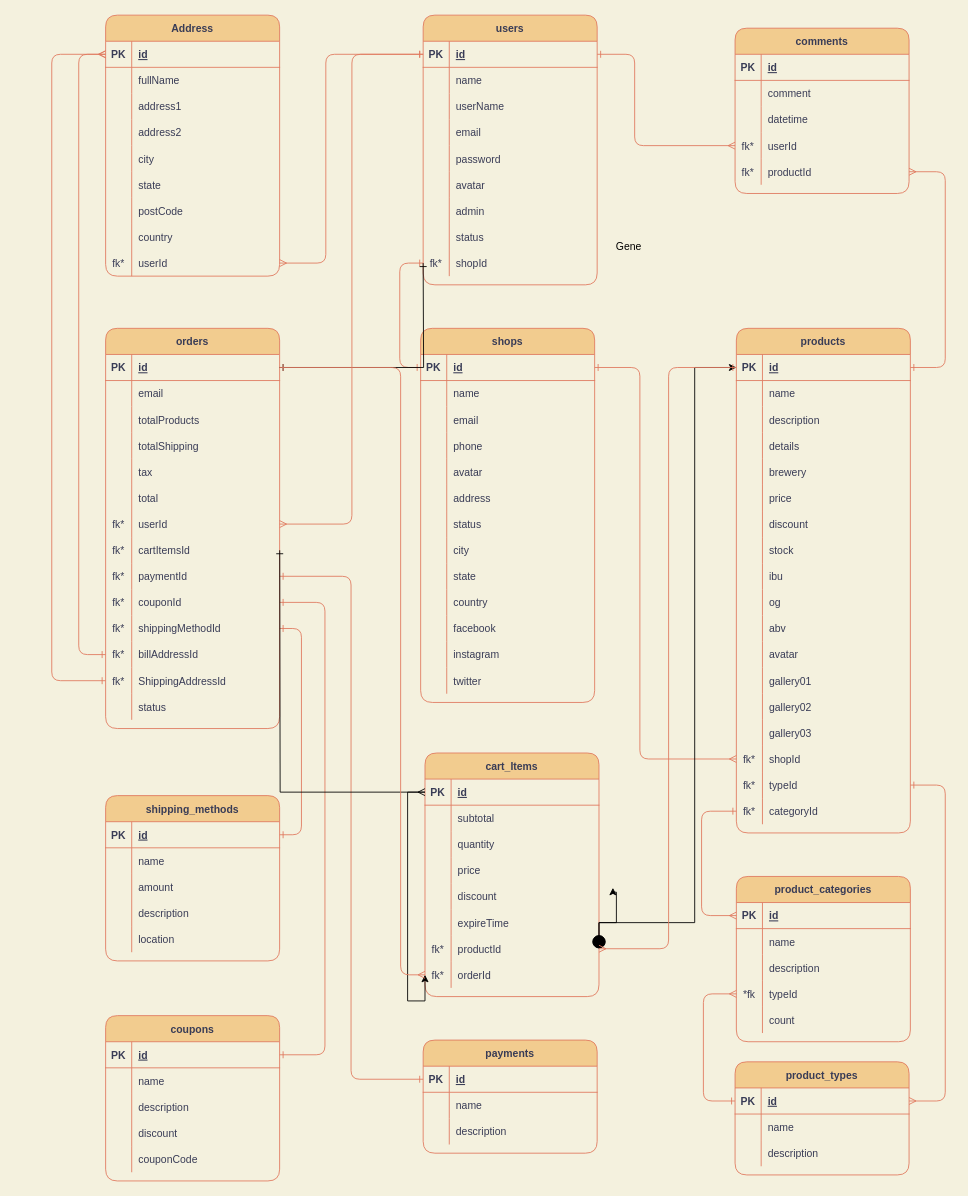
0920CDFSNCN27ARED/grupo-12 keeps this draw.io diagram as page "Page-1" (1 of 2) of database/model.drawio. Above is the earlier version. Source tidied: cells renumbered, new cells numbered last; positions are measured from the earlier drawing's top-left corner, leaving out a move shared by most shapes. Both pictures are drawn from the tidied source at 87%, with x=0, y=0 at pixel (51, 15).
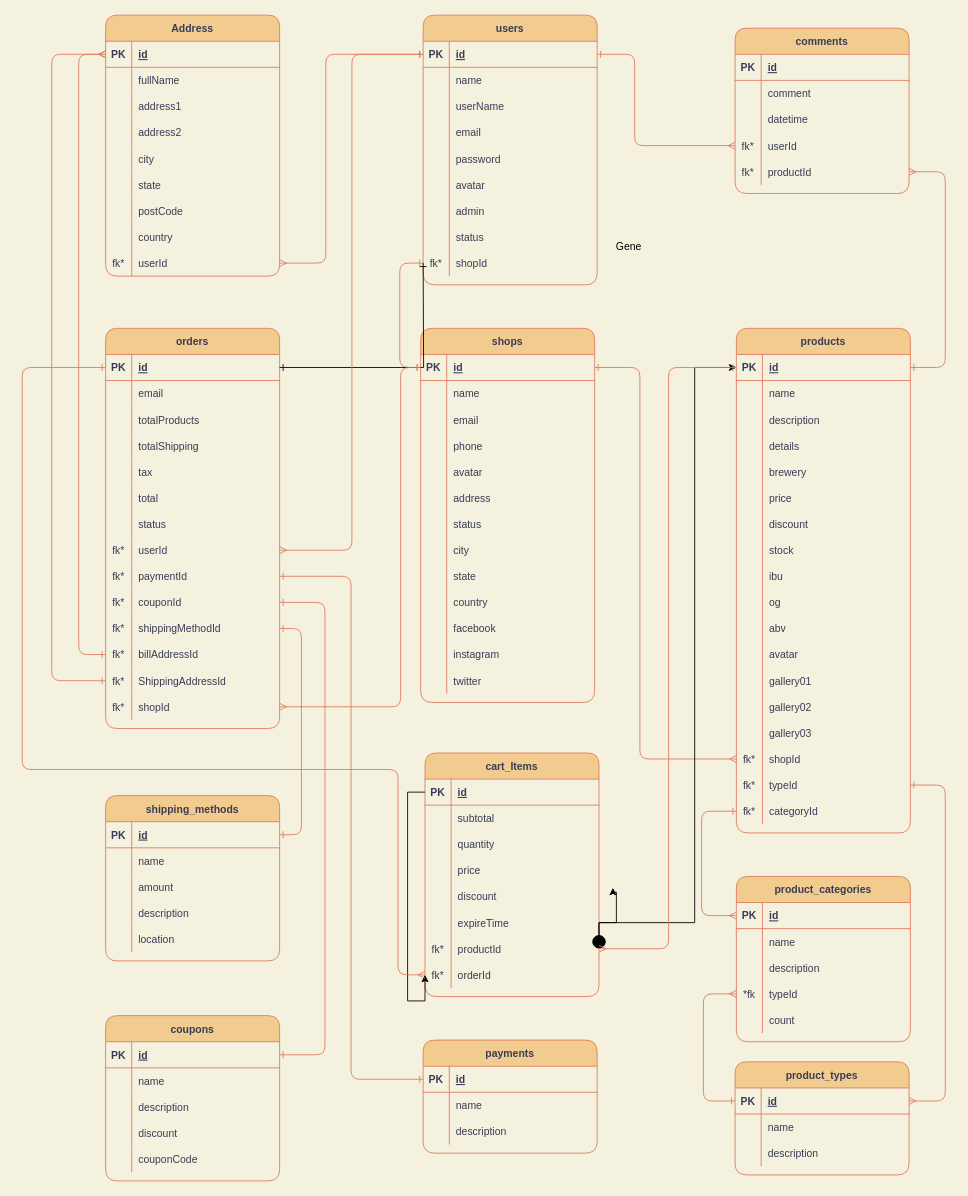
Above is the later version.

Unchanged cells that the change refers to:
```xml
<mxCell id="3" style="shape=partialRectangle;fillColor=none;top=0;left=0;bottom=1;right=0;points=[[0,0.5],[1,0.5]];portConstraint=eastwest;rounded=1;strokeColor=#E07A5F;fontColor=#393C56;" parent="2" vertex="1">
  <mxGeometry y="30" width="200" height="30" as="geometry" />
</mxCell>
<mxCell id="102" style="shape=partialRectangle;fillColor=none;top=0;left=0;bottom=1;right=0;points=[[0,0.5],[1,0.5]];portConstraint=eastwest;rounded=1;strokeColor=#E07A5F;fontColor=#393C56;" parent="101" vertex="1">
  <mxGeometry y="30" width="200" height="30" as="geometry" />
</mxCell>
<mxCell id="120" style="shape=partialRectangle;fillColor=none;top=0;left=0;bottom=0;right=0;points=[[0,0.5],[1,0.5]];portConstraint=eastwest;rounded=1;strokeColor=#E07A5F;fontColor=#393C56;" parent="101" vertex="1">
  <mxGeometry y="210" width="200" height="30" as="geometry" />
</mxCell>
<mxCell id="123" style="shape=partialRectangle;fillColor=none;top=0;left=0;bottom=0;right=0;points=[[0,0.5],[1,0.5]];portConstraint=eastwest;rounded=1;strokeColor=#E07A5F;fontColor=#393C56;" parent="101" vertex="1">
  <mxGeometry y="240" width="200" height="30" as="geometry" />
</mxCell>
<mxCell id="141" style="shape=partialRectangle;fillColor=none;top=0;left=0;bottom=0;right=0;points=[[0,0.5],[1,0.5]];portConstraint=eastwest;rounded=1;strokeColor=#E07A5F;fontColor=#393C56;" parent="101" vertex="1">
  <mxGeometry y="420" width="200" height="30" as="geometry" />
</mxCell>
<mxCell id="188" style="shape=partialRectangle;fillColor=none;top=0;left=0;bottom=1;right=0;points=[[0,0.5],[1,0.5]];portConstraint=eastwest;rounded=1;strokeColor=#E07A5F;fontColor=#393C56;" parent="186" vertex="1">
  <mxGeometry y="30" width="200" height="30" as="geometry" />
</mxCell>
<mxCell id="209" style="shape=partialRectangle;fillColor=none;top=0;left=0;bottom=0;right=0;points=[[0,0.5],[1,0.5]];portConstraint=eastwest;rounded=1;strokeColor=#E07A5F;fontColor=#393C56;" parent="186" vertex="1">
  <mxGeometry y="240" width="200" height="30" as="geometry" />
</mxCell>
<mxCell id="247" style="shape=partialRectangle;fillColor=none;top=0;left=0;bottom=1;right=0;points=[[0,0.5],[1,0.5]];portConstraint=eastwest;rounded=1;strokeColor=#E07A5F;fontColor=#393C56;" parent="246" vertex="1">
  <mxGeometry y="30" width="200" height="30" as="geometry" />
</mxCell>
```

Change to the diagram source:
```diff
@@
-    <mxCell id="121" value="fk*" style="shape=partialRectangle;fillColor=none;top=0;left=0;bottom=0;right=0;overflow=hidden;rounded=1;strokeColor=#E07A5F;fontColor=#393C56;" parent="120" vertex="1">
+    <mxCell id="121" style="shape=partialRectangle;fillColor=none;top=0;left=0;bottom=0;right=0;overflow=hidden;rounded=1;strokeColor=#E07A5F;fontColor=#393C56;" parent="120" vertex="1">
       <mxGeometry width="30" height="30" as="geometry" />
     </mxCell>
-    <mxCell id="122" value="userId" style="shape=partialRectangle;fillColor=none;top=0;left=0;bottom=0;right=0;align=left;spacingLeft=6;overflow=hidden;rounded=1;strokeColor=#E07A5F;fontColor=#393C56;" parent="120" vertex="1">
+    <mxCell id="122" value="status" style="shape=partialRectangle;fillColor=none;top=0;left=0;bottom=0;right=0;align=left;spacingLeft=6;overflow=hidden;rounded=1;strokeColor=#E07A5F;fontColor=#393C56;" parent="120" vertex="1">
       <mxGeometry x="30" width="170" height="30" as="geometry" />
     </mxCell>
@@
-    <mxCell id="125" value="cartItemsId" style="shape=partialRectangle;fillColor=none;top=0;left=0;bottom=0;right=0;align=left;spacingLeft=6;overflow=hidden;rounded=1;strokeColor=#E07A5F;fontColor=#393C56;" parent="123" vertex="1">
+    <mxCell id="125" value="userId" style="shape=partialRectangle;fillColor=none;top=0;left=0;bottom=0;right=0;align=left;spacingLeft=6;overflow=hidden;rounded=1;strokeColor=#E07A5F;fontColor=#393C56;" parent="123" vertex="1">
       <mxGeometry x="30" width="170" height="30" as="geometry" />
     </mxCell>
@@
-    <mxCell id="142" style="shape=partialRectangle;fillColor=none;top=0;left=0;bottom=0;right=0;overflow=hidden;rounded=1;strokeColor=#E07A5F;fontColor=#393C56;" parent="141" vertex="1">
-      <mxGeometry width="30" height="30" as="geometry" />
-    </mxCell>
-    <mxCell id="143" value="status" style="shape=partialRectangle;fillColor=none;top=0;left=0;bottom=0;right=0;align=left;spacingLeft=6;overflow=hidden;rounded=1;strokeColor=#E07A5F;fontColor=#393C56;" parent="141" vertex="1">
-      <mxGeometry x="30" width="170" height="30" as="geometry" />
-    </mxCell>
+    <mxCell id="328" value="fk*" style="shape=partialRectangle;fillColor=none;top=0;left=0;bottom=0;right=0;overflow=hidden;rounded=1;strokeColor=#E07A5F;fontColor=#393C56;" parent="141" vertex="1">
+      <mxGeometry width="30" height="30" as="geometry" />
+    </mxCell>
+    <mxCell id="329" value="shopId" style="shape=partialRectangle;fillColor=none;top=0;left=0;bottom=0;right=0;align=left;spacingLeft=6;overflow=hidden;rounded=1;strokeColor=#E07A5F;fontColor=#393C56;" parent="141" vertex="1">
+      <mxGeometry x="30" width="170" height="30" as="geometry" />
+    </mxCell>
@@
-    <mxCell id="293" style="edgeStyle=orthogonalEdgeStyle;rounded=1;jettySize=auto;html=1;startArrow=ERone;startFill=0;endArrow=ERmany;endFill=0;labelBackgroundColor=#F4F1DE;strokeColor=#E07A5F;fontColor=#393C56;exitX=0;exitY=0.5;exitDx=0;exitDy=0;entryX=1;entryY=0.5;entryDx=0;entryDy=0;" parent="1" edge="1" source="3" target="120">
+    <mxCell id="293" style="edgeStyle=orthogonalEdgeStyle;rounded=1;jettySize=auto;html=1;startArrow=ERone;startFill=0;endArrow=ERmany;endFill=0;labelBackgroundColor=#F4F1DE;strokeColor=#E07A5F;fontColor=#393C56;exitX=0;exitY=0.5;exitDx=0;exitDy=0;entryX=1;entryY=0.5;entryDx=0;entryDy=0;" parent="1" edge="1" source="3" target="123">
       <mxGeometry relative="1" as="geometry">
         <Array as="points">
           <mxPoint x="345" y="45" />
-          <mxPoint x="345" y="585" />
+          <mxPoint x="345" y="615" />
         </Array>
       </mxGeometry>
     </mxCell>
@@
-    <mxCell id="325" style="edgeStyle=orthogonalEdgeStyle;rounded=0;jettySize=auto;html=1;entryX=0;entryY=0.5;entryDx=0;entryDy=0;startArrow=ERone;startFill=0;endArrow=ERmany;endFill=0;" parent="1" edge="1" target="188">
-      <mxGeometry relative="1" as="geometry">
-        <mxPoint x="262" y="615" as="sourcePoint" />
-      </mxGeometry>
-    </mxCell>
-    <mxCell id="326" style="edgeStyle=orthogonalEdgeStyle;jettySize=auto;html=1;startArrow=ERone;startFill=0;endArrow=ERmany;endFill=0;labelBackgroundColor=#F4F1DE;strokeColor=#E07A5F;fontColor=#393C56;exitX=1;exitY=0.5;exitDx=0;exitDy=0;entryX=0;entryY=0.5;entryDx=0;entryDy=0;" parent="1" edge="1" source="102" target="209">
+    <mxCell id="326" style="edgeStyle=orthogonalEdgeStyle;jettySize=auto;html=1;startArrow=ERone;startFill=0;endArrow=ERmany;endFill=0;labelBackgroundColor=#F4F1DE;strokeColor=#E07A5F;fontColor=#393C56;exitX=0;exitY=0.5;exitDx=0;exitDy=0;entryX=0;entryY=0.5;entryDx=0;entryDy=0;" parent="1" edge="1" source="102" target="209">
       <mxGeometry relative="1" as="geometry">
         <Array as="points">
-          <mxPoint x="401" y="405" />
-          <mxPoint x="401" y="1103" />
+          <mxPoint x="-34" y="405" />
+          <mxPoint x="-34" y="867" />
+          <mxPoint x="398" y="867" />
+          <mxPoint x="398" y="1103" />
         </Array>
       </mxGeometry>
     </mxCell>
@@
+    <mxCell id="330" style="edgeStyle=orthogonalEdgeStyle;jettySize=auto;html=1;startArrow=ERmany;startFill=0;endArrow=ERone;endFill=0;labelBackgroundColor=#F4F1DE;strokeColor=#E07A5F;fontColor=#393C56;entryX=0;entryY=0.5;entryDx=0;entryDy=0;exitX=1;exitY=0.5;exitDx=0;exitDy=0;" parent="1" edge="1" source="141" target="247">
+      <mxGeometry relative="1" as="geometry">
+        <Array as="points">
+          <mxPoint x="401" y="795" />
+          <mxPoint x="401" y="405" />
+        </Array>
+      </mxGeometry>
+    </mxCell>
```
